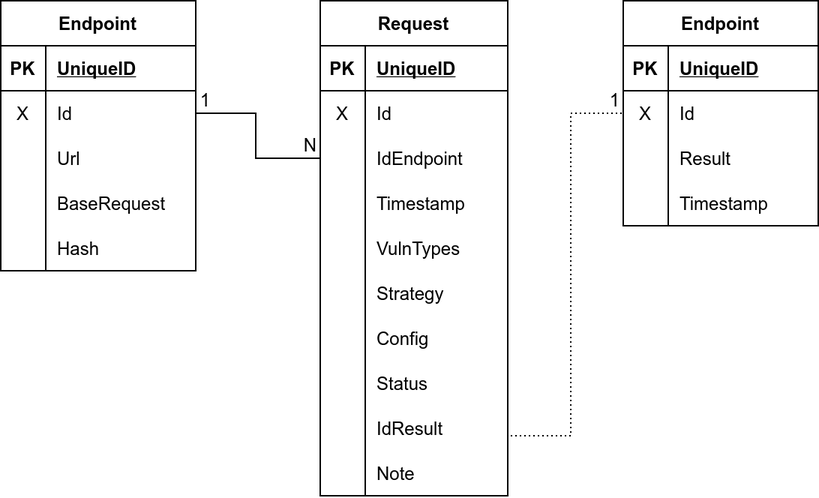
This is images/database-design.png from trinhdn97/LVTN-Dang-Nhat-Trinh, a draw.io export, as it was before one commit. Source tidied: cells renumbered, new cells last; positions are measured from the earlier drawing's top-left corner, leaving out a move shared by most shapes.
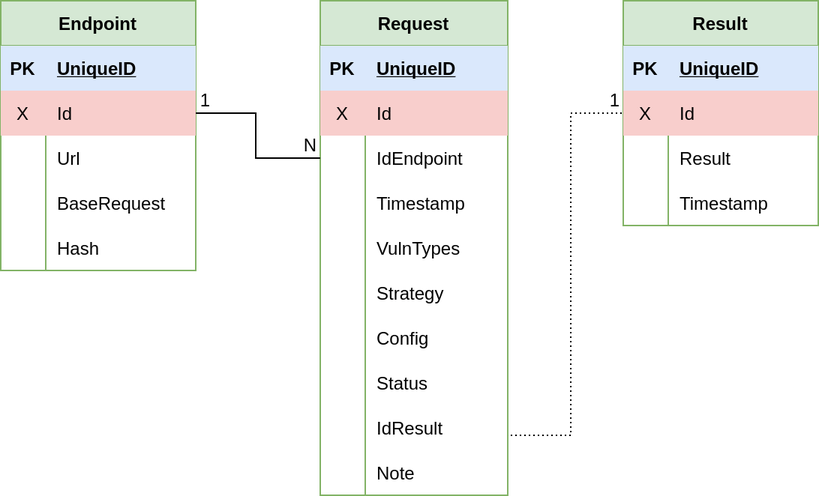
Later version of the same file.

Change to the diagram source:
```diff
@@ -2,25 +2,25 @@
   <root>
     <mxCell id="0" />
     <mxCell id="1" parent="0" />
-    <mxCell id="2" value="Endpoint" style="shape=table;startSize=30;rowLines=0;fontStyle=1;align=center;" parent="1" vertex="1">
+    <mxCell id="2" value="Endpoint" style="shape=table;startSize=30;rowLines=0;fontStyle=1;align=center;fillColor=#d5e8d4;strokeColor=#82b366;" parent="1" vertex="1">
       <mxGeometry width="130" height="180" as="geometry" />
     </mxCell>
     <mxCell id="3" style="shape=partialRectangle;fillColor=none;top=0;left=0;bottom=1;right=0;" parent="2" vertex="1">
       <mxGeometry y="30" width="130" height="30" as="geometry" />
     </mxCell>
-    <mxCell id="4" value="PK" style="shape=partialRectangle;fillColor=none;top=0;left=0;bottom=0;right=0;fontStyle=1;overflow=hidden;" parent="3" vertex="1">
+    <mxCell id="4" value="PK" style="shape=partialRectangle;fillColor=#dae8fc;top=0;left=0;bottom=0;right=0;fontStyle=1;overflow=hidden;strokeColor=#6c8ebf;" parent="3" vertex="1">
       <mxGeometry width="30" height="30" as="geometry" />
     </mxCell>
-    <mxCell id="5" value="UniqueID" style="shape=partialRectangle;fillColor=none;top=0;left=0;bottom=0;right=0;align=left;spacingLeft=6;fontStyle=5;overflow=hidden;" parent="3" vertex="1">
+    <mxCell id="5" value="UniqueID" style="shape=partialRectangle;fillColor=#dae8fc;top=0;left=0;bottom=0;right=0;align=left;spacingLeft=6;fontStyle=5;overflow=hidden;strokeColor=#6c8ebf;" parent="3" vertex="1">
       <mxGeometry x="30" width="100" height="30" as="geometry" />
     </mxCell>
     <mxCell id="6" style="shape=partialRectangle;fillColor=none;top=0;left=0;bottom=0;right=0;points=[[0,0.5],[1,0.5]];portConstraint=eastwest;" parent="2" vertex="1">
       <mxGeometry y="60" width="130" height="30" as="geometry" />
     </mxCell>
-    <mxCell id="7" value="X" style="shape=partialRectangle;fillColor=none;top=0;left=0;bottom=0;right=0;overflow=hidden;" parent="6" vertex="1">
+    <mxCell id="7" value="X" style="shape=partialRectangle;fillColor=#f8cecc;top=0;left=0;bottom=0;right=0;overflow=hidden;strokeColor=#b85450;" parent="6" vertex="1">
       <mxGeometry width="30" height="30" as="geometry" />
     </mxCell>
-    <mxCell id="8" value="Id" style="shape=partialRectangle;fillColor=none;top=0;left=0;bottom=0;right=0;align=left;spacingLeft=6;overflow=hidden;" parent="6" vertex="1">
+    <mxCell id="8" value="Id" style="shape=partialRectangle;fillColor=#f8cecc;top=0;left=0;bottom=0;right=0;align=left;spacingLeft=6;overflow=hidden;strokeColor=#b85450;" parent="6" vertex="1">
       <mxGeometry x="30" width="100" height="30" as="geometry" />
     </mxCell>
     <mxCell id="9" style="shape=partialRectangle;fillColor=none;top=0;left=0;bottom=0;right=0;" parent="2" vertex="1">
@@ -68,25 +68,25 @@
     <mxCell id="23" value="Note" style="shape=partialRectangle;fillColor=none;top=0;left=0;bottom=0;right=0;align=left;spacingLeft=6;overflow=hidden;" parent="1" vertex="1">
       <mxGeometry x="243" y="300" width="150" height="30" as="geometry" />
     </mxCell>
-    <mxCell id="24" value="Request" style="shape=table;startSize=30;rowLines=0;fontStyle=1;align=center;" parent="1" vertex="1">
+    <mxCell id="24" value="Request" style="shape=table;startSize=30;rowLines=0;fontStyle=1;align=center;fillColor=#d5e8d4;strokeColor=#82b366;" parent="1" vertex="1">
       <mxGeometry x="213" width="125" height="330" as="geometry" />
     </mxCell>
     <mxCell id="25" style="shape=partialRectangle;fillColor=none;top=0;left=0;bottom=1;right=0;" parent="24" vertex="1">
       <mxGeometry y="30" width="125" height="30" as="geometry" />
     </mxCell>
-    <mxCell id="26" value="PK" style="shape=partialRectangle;fillColor=none;top=0;left=0;bottom=0;right=0;fontStyle=1;overflow=hidden;" parent="25" vertex="1">
+    <mxCell id="26" value="PK" style="shape=partialRectangle;fillColor=#dae8fc;top=0;left=0;bottom=0;right=0;fontStyle=1;overflow=hidden;strokeColor=#6c8ebf;" parent="25" vertex="1">
       <mxGeometry width="30" height="30" as="geometry" />
     </mxCell>
-    <mxCell id="27" value="UniqueID" style="shape=partialRectangle;fillColor=none;top=0;left=0;bottom=0;right=0;align=left;spacingLeft=6;fontStyle=5;overflow=hidden;" parent="25" vertex="1">
+    <mxCell id="27" value="UniqueID" style="shape=partialRectangle;fillColor=#dae8fc;top=0;left=0;bottom=0;right=0;align=left;spacingLeft=6;fontStyle=5;overflow=hidden;strokeColor=#6c8ebf;" parent="25" vertex="1">
       <mxGeometry x="30" width="95" height="30" as="geometry" />
     </mxCell>
     <mxCell id="28" style="shape=partialRectangle;fillColor=none;top=0;left=0;bottom=0;right=0;" parent="24" vertex="1">
       <mxGeometry y="60" width="125" height="30" as="geometry" />
     </mxCell>
-    <mxCell id="29" value="X" style="shape=partialRectangle;fillColor=none;top=0;left=0;bottom=0;right=0;overflow=hidden;" parent="28" vertex="1">
+    <mxCell id="29" value="X" style="shape=partialRectangle;fillColor=#f8cecc;top=0;left=0;bottom=0;right=0;overflow=hidden;strokeColor=#b85450;" parent="28" vertex="1">
       <mxGeometry width="30" height="30" as="geometry" />
     </mxCell>
-    <mxCell id="30" value="Id" style="shape=partialRectangle;fillColor=none;top=0;left=0;bottom=0;right=0;align=left;spacingLeft=6;overflow=hidden;" parent="28" vertex="1">
+    <mxCell id="30" value="Id" style="shape=partialRectangle;fillColor=#f8cecc;top=0;left=0;bottom=0;right=0;align=left;spacingLeft=6;overflow=hidden;strokeColor=#b85450;" parent="28" vertex="1">
       <mxGeometry x="30" width="95" height="30" as="geometry" />
     </mxCell>
     <mxCell id="31" style="shape=partialRectangle;fillColor=none;top=0;left=0;bottom=0;right=0;points=[[0,0.5],[1,0.5]];portConstraint=eastwest;" parent="24" vertex="1">
@@ -107,25 +107,25 @@
     <mxCell id="36" value="Timestamp" style="shape=partialRectangle;fillColor=none;top=0;left=0;bottom=0;right=0;align=left;spacingLeft=6;overflow=hidden;" parent="34" vertex="1">
       <mxGeometry x="30" width="95" height="30" as="geometry" />
     </mxCell>
-    <mxCell id="37" value="Endpoint" style="shape=table;startSize=30;rowLines=0;fontStyle=1;align=center;" parent="1" vertex="1">
+    <mxCell id="37" value="Result" style="shape=table;startSize=30;rowLines=0;fontStyle=1;align=center;fillColor=#d5e8d4;strokeColor=#82b366;" parent="1" vertex="1">
       <mxGeometry x="415" width="130" height="150" as="geometry" />
     </mxCell>
     <mxCell id="38" style="shape=partialRectangle;fillColor=none;top=0;left=0;bottom=1;right=0;" parent="37" vertex="1">
       <mxGeometry y="30" width="130" height="30" as="geometry" />
     </mxCell>
-    <mxCell id="39" value="PK" style="shape=partialRectangle;fillColor=none;top=0;left=0;bottom=0;right=0;fontStyle=1;overflow=hidden;" parent="38" vertex="1">
+    <mxCell id="39" value="PK" style="shape=partialRectangle;fillColor=#dae8fc;top=0;left=0;bottom=0;right=0;fontStyle=1;overflow=hidden;strokeColor=#6c8ebf;" parent="38" vertex="1">
       <mxGeometry width="30" height="30" as="geometry" />
     </mxCell>
-    <mxCell id="40" value="UniqueID" style="shape=partialRectangle;fillColor=none;top=0;left=0;bottom=0;right=0;align=left;spacingLeft=6;fontStyle=5;overflow=hidden;" parent="38" vertex="1">
+    <mxCell id="40" value="UniqueID" style="shape=partialRectangle;fillColor=#dae8fc;top=0;left=0;bottom=0;right=0;align=left;spacingLeft=6;fontStyle=5;overflow=hidden;strokeColor=#6c8ebf;" parent="38" vertex="1">
       <mxGeometry x="30" width="100" height="30" as="geometry" />
     </mxCell>
-    <mxCell id="41" style="shape=partialRectangle;fillColor=none;top=0;left=0;bottom=0;right=0;" parent="37" vertex="1">
+    <mxCell id="41" style="shape=partialRectangle;fillColor=#f8cecc;top=0;left=0;bottom=0;right=0;strokeColor=#b85450;" parent="37" vertex="1">
       <mxGeometry y="60" width="130" height="30" as="geometry" />
     </mxCell>
     <mxCell id="42" value="X" style="shape=partialRectangle;fillColor=none;top=0;left=0;bottom=0;right=0;overflow=hidden;" parent="41" vertex="1">
       <mxGeometry width="30" height="30" as="geometry" />
     </mxCell>
-    <mxCell id="43" value="Id" style="shape=partialRectangle;fillColor=none;top=0;left=0;bottom=0;right=0;align=left;spacingLeft=6;overflow=hidden;" parent="41" vertex="1">
+    <mxCell id="43" value="Id" style="shape=partialRectangle;fillColor=#f8cecc;top=0;left=0;bottom=0;right=0;align=left;spacingLeft=6;overflow=hidden;strokeColor=#b85450;" parent="41" vertex="1">
       <mxGeometry x="30" width="100" height="30" as="geometry" />
     </mxCell>
     <mxCell id="44" style="shape=partialRectangle;fillColor=none;top=0;left=0;bottom=0;right=0;" parent="37" vertex="1">
```
